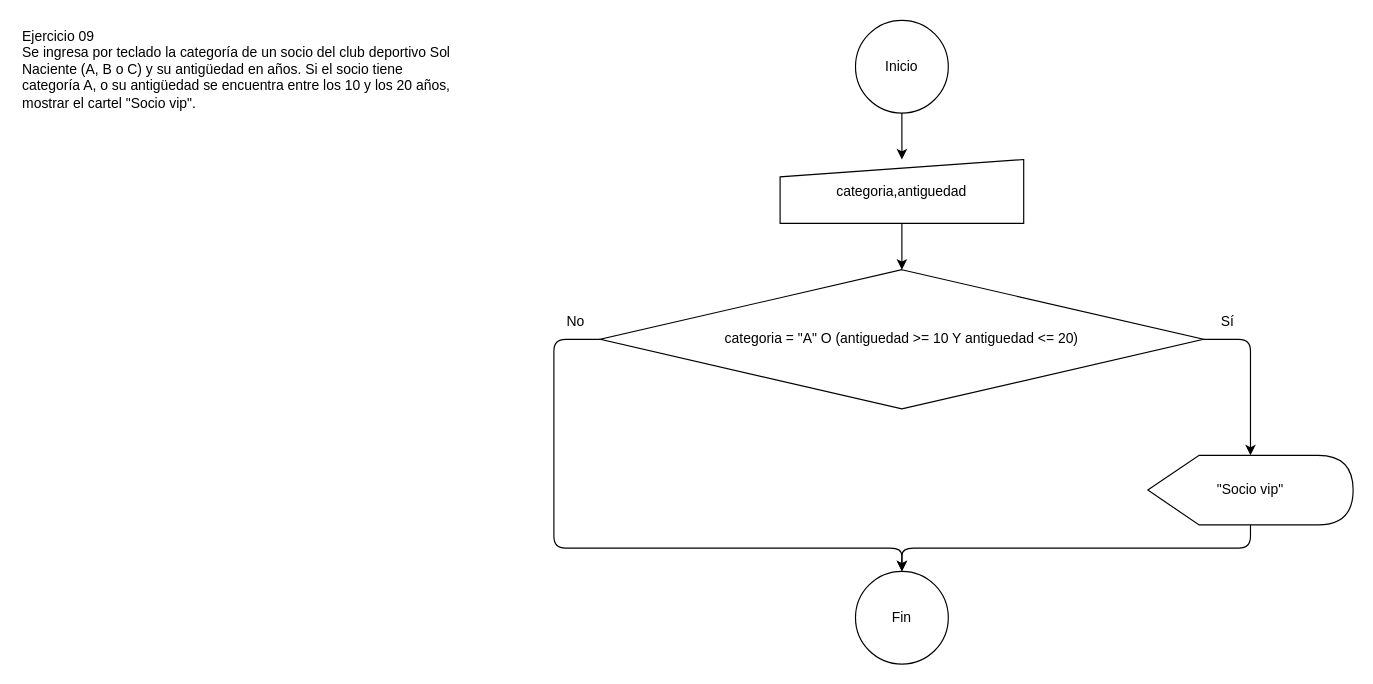
The draw.io diagram DATOS Y ALGORITMOS/Practica/Diagramacion Logica/Parte 1/Ejercicio_09/diagrama.drawio in gonzalogiolitti/facultad-tcd, before the edit. Source tidied: cells renumbered, new cells numbered last; positions are measured from the earlier drawing's top-left corner, leaving out a move shared by most shapes. Both pictures are drawn from the tidied source at 116%, with x=0, y=0 at pixel (20, 20).
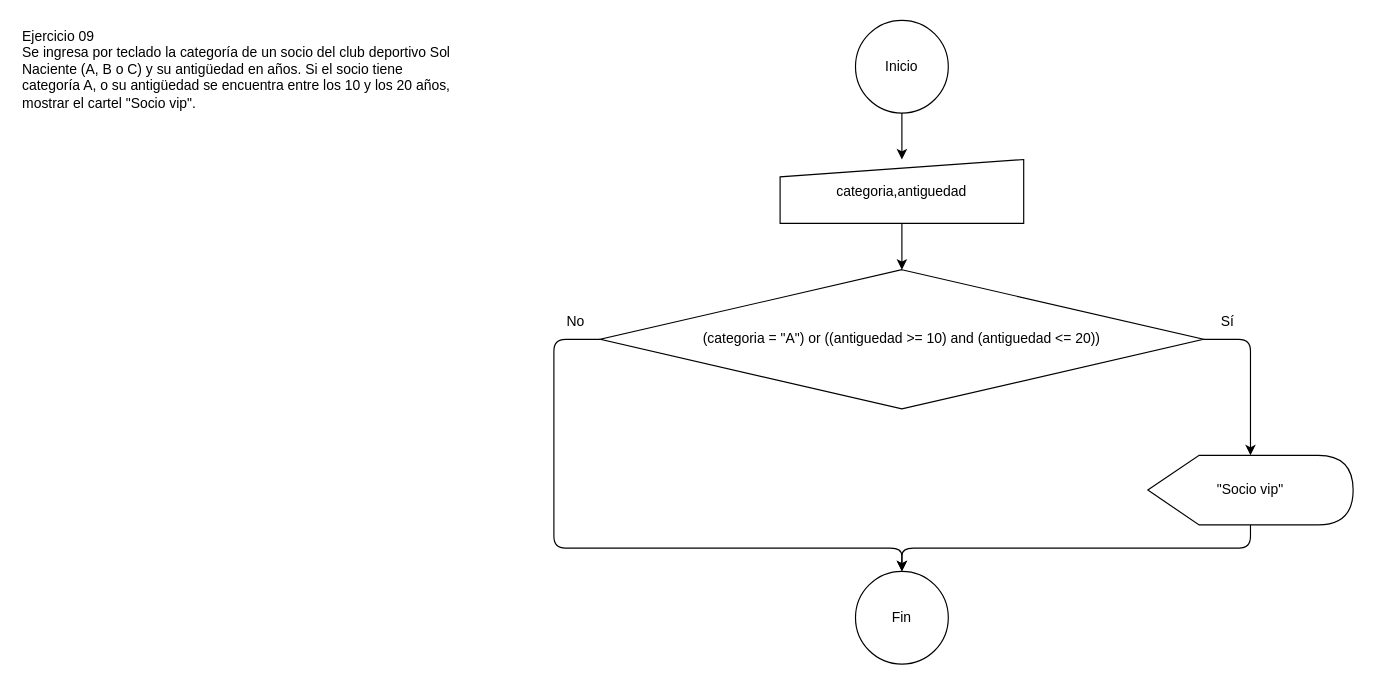
The same diagram, later.

Change to the diagram source:
```diff
@@
 <mxGraphModel>
   <root>
     <mxCell id="0" />
     <mxCell id="1" parent="0" />
     <mxCell id="2" value="Ejercicio 09&lt;br&gt;Se ingresa por teclado la categoría de un socio del club deportivo Sol Naciente (A, B o C) y su antigüedad en años. Si el socio tiene categoría A, o su antigüedad se encuentra entre los 10 y los 20 años, mostrar el cartel &quot;Socio vip&quot;." style="text;html=1;strokeColor=none;fillColor=none;align=left;verticalAlign=top;whiteSpace=wrap;" parent="1" vertex="1">
       <mxGeometry width="380" height="132" as="geometry" />
     </mxCell>
     <mxCell id="3" value="Inicio" style="ellipse;whiteSpace=wrap;html=1;" parent="1" vertex="1">
       <mxGeometry x="720" width="80" height="80" as="geometry" />
     </mxCell>
     <mxCell id="4" value="categoria,antiguedad" style="shape=manualInput;whiteSpace=wrap;html=1;size=15;" parent="1" vertex="1">
       <mxGeometry x="655" y="120" width="210" height="55" as="geometry" />
     </mxCell>
-    <mxCell id="5" value="categoria = &quot;A&quot; O (antiguedad &gt;= 10 Y antiguedad &lt;= 20)" style="rhombus;whiteSpace=wrap;html=1;" parent="1" vertex="1">
+    <mxCell id="5" value="(categoria = &quot;A&quot;) or ((antiguedad &gt;= 10) and (antiguedad &lt;= 20))" style="rhombus;whiteSpace=wrap;html=1;" parent="1" vertex="1">
       <mxGeometry x="500" y="215" width="520" height="120" as="geometry" />
     </mxCell>
     <mxCell id="6" value="&quot;Socio vip&quot;" style="shape=display;whiteSpace=wrap;html=1;" parent="1" vertex="1">
       <mxGeometry x="972" y="375" width="177" height="60" as="geometry" />
     </mxCell>
     <mxCell id="7" value="Sí" style="text;html=1;strokeColor=none;fillColor=none;align=center;verticalAlign=middle;whiteSpace=wrap;" parent="1" vertex="1">
       <mxGeometry x="1026" y="249" width="30" height="22" as="geometry" />
     </mxCell>
     <mxCell id="8" value="No" style="text;html=1;strokeColor=none;fillColor=none;align=center;verticalAlign=middle;whiteSpace=wrap;" parent="1" vertex="1">
       <mxGeometry x="464" y="249" width="30" height="22" as="geometry" />
     </mxCell>
     <mxCell id="9" value="Fin" style="ellipse;whiteSpace=wrap;html=1;" parent="1" vertex="1">
       <mxGeometry x="720" y="475" width="80" height="80" as="geometry" />
     </mxCell>
     <mxCell id="10" style="edgeStyle=orthogonalEdgeStyle;html=1;exitX=0.5;exitY=1;entryX=0.5;entryY=0;" parent="1" edge="1" source="3" target="4">
       <mxGeometry relative="1" as="geometry" />
     </mxCell>
     <mxCell id="11" style="edgeStyle=orthogonalEdgeStyle;html=1;exitX=0.5;exitY=1;entryX=0.5;entryY=0;" parent="1" edge="1" source="4" target="5">
       <mxGeometry relative="1" as="geometry" />
     </mxCell>
     <mxCell id="12" style="edgeStyle=orthogonalEdgeStyle;html=1;exitX=1;exitY=0.5;entryX=0.5;entryY=0;" parent="1" edge="1" source="5" target="6">
       <mxGeometry relative="1" as="geometry" />
     </mxCell>
     <mxCell id="13" style="edgeStyle=orthogonalEdgeStyle;html=1;exitX=0.5;exitY=1;entryX=0.5;entryY=0;" parent="1" edge="1" source="6" target="9">
       <mxGeometry relative="1" as="geometry">
         <Array as="points">
           <mxPoint x="1060" y="455" />
           <mxPoint x="760" y="455" />
         </Array>
       </mxGeometry>
     </mxCell>
     <mxCell id="14" style="edgeStyle=orthogonalEdgeStyle;html=1;exitX=0;exitY=0.5;entryX=0.5;entryY=0;" parent="1" edge="1" source="5" target="9">
       <mxGeometry relative="1" as="geometry">
         <Array as="points">
           <mxPoint x="460" y="275" />
           <mxPoint x="460" y="455" />
           <mxPoint x="760" y="455" />
         </Array>
       </mxGeometry>
     </mxCell>
   </root>
 </mxGraphModel>
```
